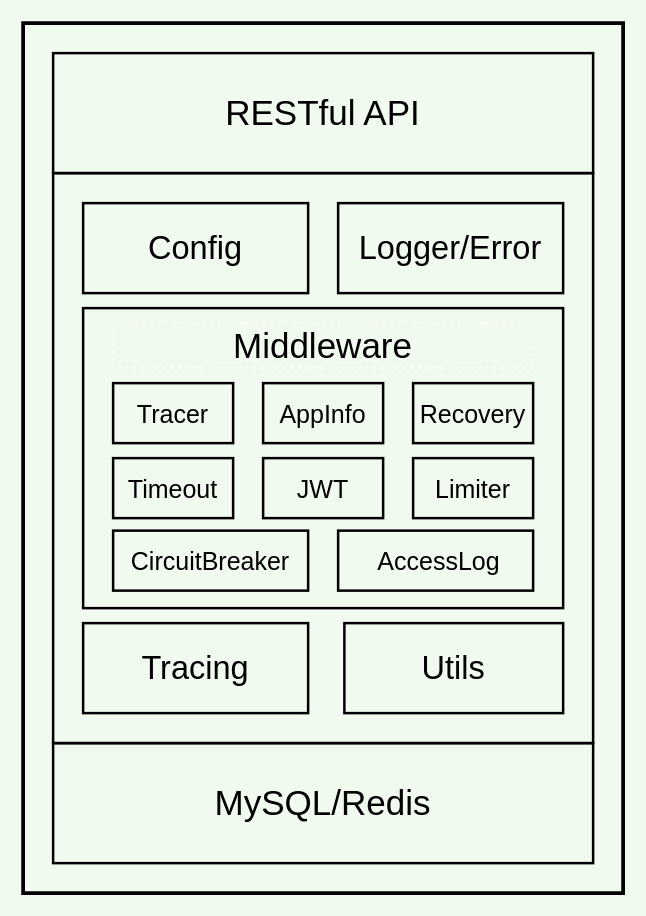
Above: docs/drawio/blogie.drawio in i0Ek3/blogie (draw.io), before the change. Source tidied: cells renumbered, new cells numbered last; positions are measured from the earlier drawing's top-left corner, leaving out a move shared by most shapes. Both pictures are drawn from the tidied source at 125%, with x=0, y=0 at pixel (22, 22).
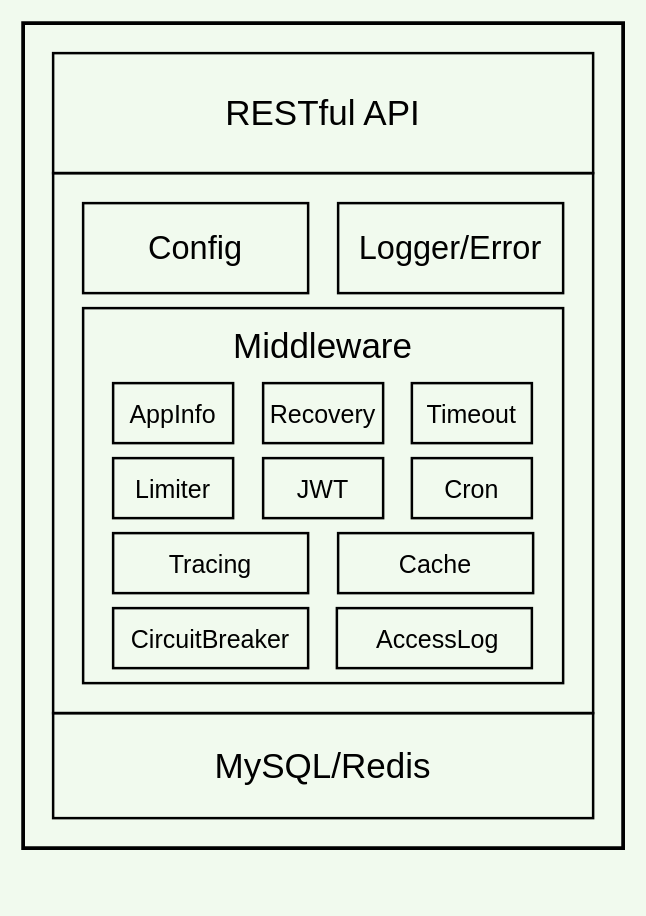
The same page after the edit.

Commit message (it also covers changes not shown here):
doc: update architecture graph

Change to the diagram source:
```diff
@@
 <mxGraphModel background="#F1FAEE">
   <root>
     <mxCell id="0" />
     <mxCell id="1" parent="0" />
     <mxCell id="2" style="rounded=0;whiteSpace=wrap;html=1;fillColor=none;strokeWidth=3;" parent="1" vertex="1">
-      <mxGeometry width="480" height="696" as="geometry" />
+      <mxGeometry width="480" height="660" as="geometry" />
     </mxCell>
     <mxCell id="3" value="&lt;font face=&quot;IBM Plex&quot; style=&quot;font-size: 28px;&quot;&gt;RESTful API&lt;/font&gt;" style="rounded=0;whiteSpace=wrap;html=1;fillColor=none;strokeWidth=2;" parent="1" vertex="1">
       <mxGeometry x="24" y="24" width="432" height="96" as="geometry" />
     </mxCell>
     <mxCell id="4" style="rounded=0;whiteSpace=wrap;html=1;fillColor=none;strokeWidth=2;" parent="1" vertex="1">
-      <mxGeometry x="24" y="120" width="432" height="456" as="geometry" />
+      <mxGeometry x="24" y="120" width="432" height="432" as="geometry" />
     </mxCell>
     <mxCell id="5" value="&lt;span style=&quot;font-family: &amp;quot;IBM Plex&amp;quot;; font-size: 28px;&quot;&gt;MySQL/Redis&lt;/span&gt;" style="rounded=0;whiteSpace=wrap;html=1;fillColor=none;strokeWidth=2;" parent="1" vertex="1">
-      <mxGeometry x="24" y="576" width="432" height="96" as="geometry" />
+      <mxGeometry x="24" y="552" width="432" height="84" as="geometry" />
     </mxCell>
     <mxCell id="6" value="&lt;span style=&quot;font-family: &amp;quot;IBM Plex&amp;quot;;&quot;&gt;&lt;font style=&quot;font-size: 26px;&quot;&gt;Config&lt;/font&gt;&lt;/span&gt;" style="rounded=0;whiteSpace=wrap;html=1;fillColor=none;strokeWidth=2;" parent="1" vertex="1">
       <mxGeometry x="48" y="144" width="180" height="72" as="geometry" />
     </mxCell>
     <mxCell id="7" value="&lt;span style=&quot;font-family: &amp;quot;IBM Plex&amp;quot;;&quot;&gt;&lt;font style=&quot;font-size: 26px;&quot;&gt;Logger/Error&lt;/font&gt;&lt;/span&gt;" style="rounded=0;whiteSpace=wrap;html=1;fillColor=none;strokeWidth=2;" parent="1" vertex="1">
       <mxGeometry x="252" y="144" width="180" height="72" as="geometry" />
     </mxCell>
     <mxCell id="8" style="rounded=0;whiteSpace=wrap;html=1;fillColor=none;strokeWidth=2;" parent="1" vertex="1">
-      <mxGeometry x="48" y="228" width="384" height="240" as="geometry" />
+      <mxGeometry x="48" y="228" width="384" height="300" as="geometry" />
     </mxCell>
-    <mxCell id="9" value="&lt;span style=&quot;font-family: &amp;quot;IBM Plex&amp;quot;;&quot;&gt;&lt;font style=&quot;font-size: 26px;&quot;&gt;Tracing&lt;/font&gt;&lt;/span&gt;" style="rounded=0;whiteSpace=wrap;html=1;fillColor=none;strokeWidth=2;" parent="1" vertex="1">
-      <mxGeometry x="48" y="480" width="180" height="72" as="geometry" />
-    </mxCell>
-    <mxCell id="10" value="&lt;font style=&quot;font-size: 26px;&quot; face=&quot;IBM Plex&quot;&gt;Utils&lt;/font&gt;" style="rounded=0;whiteSpace=wrap;html=1;fillColor=none;strokeWidth=2;" parent="1" vertex="1">
-      <mxGeometry x="257" y="480" width="175" height="72" as="geometry" />
-    </mxCell>
-    <mxCell id="11" value="&lt;span style=&quot;font-family: &amp;quot;IBM Plex&amp;quot;; font-size: 20px;&quot;&gt;Tracer&lt;/span&gt;" style="rounded=0;whiteSpace=wrap;html=1;fillColor=none;strokeWidth=2;" parent="1" vertex="1">
-      <mxGeometry x="72" y="288" width="96" height="48" as="geometry" />
-    </mxCell>
     <mxCell id="12" value="&lt;span style=&quot;font-family: &amp;quot;IBM Plex&amp;quot;;&quot;&gt;&lt;font style=&quot;font-size: 20px;&quot;&gt;Timeout&lt;/font&gt;&lt;/span&gt;" style="rounded=0;whiteSpace=wrap;html=1;fillColor=none;strokeWidth=2;" parent="1" vertex="1">
-      <mxGeometry x="72" y="348" width="96" height="48" as="geometry" />
+      <mxGeometry x="311" y="288" width="96" height="48" as="geometry" />
     </mxCell>
     <mxCell id="13" value="&lt;span style=&quot;font-family: &amp;quot;IBM Plex&amp;quot;;&quot;&gt;&lt;font style=&quot;font-size: 20px;&quot;&gt;AppInfo&lt;/font&gt;&lt;/span&gt;" style="rounded=0;whiteSpace=wrap;html=1;fillColor=none;strokeWidth=2;" parent="1" vertex="1">
-      <mxGeometry x="192" y="288" width="96" height="48" as="geometry" />
+      <mxGeometry x="72" y="288" width="96" height="48" as="geometry" />
     </mxCell>
     <mxCell id="14" value="&lt;span style=&quot;font-family: &amp;quot;IBM Plex&amp;quot;;&quot;&gt;&lt;font style=&quot;font-size: 20px;&quot;&gt;JWT&lt;/font&gt;&lt;/span&gt;" style="rounded=0;whiteSpace=wrap;html=1;fillColor=none;strokeWidth=2;" parent="1" vertex="1">
       <mxGeometry x="192" y="348" width="96" height="48" as="geometry" />
     </mxCell>
     <mxCell id="15" value="&lt;font style=&quot;font-size: 20px;&quot; face=&quot;IBM Plex&quot;&gt;Recovery&lt;/font&gt;" style="rounded=0;whiteSpace=wrap;html=1;fillColor=none;strokeWidth=2;" parent="1" vertex="1">
-      <mxGeometry x="312" y="288" width="96" height="48" as="geometry" />
+      <mxGeometry x="192" y="288" width="96" height="48" as="geometry" />
     </mxCell>
     <mxCell id="16" value="&lt;span style=&quot;font-family: &amp;quot;IBM Plex&amp;quot;;&quot;&gt;&lt;font style=&quot;font-size: 20px;&quot;&gt;Limiter&lt;/font&gt;&lt;/span&gt;" style="rounded=0;whiteSpace=wrap;html=1;fillColor=none;strokeWidth=2;" parent="1" vertex="1">
-      <mxGeometry x="312" y="348" width="96" height="48" as="geometry" />
+      <mxGeometry x="72" y="348" width="96" height="48" as="geometry" />
     </mxCell>
-    <mxCell id="17" value="&lt;span style=&quot;font-family: &amp;quot;IBM Plex&amp;quot;; font-size: 28px;&quot;&gt;Middleware&lt;/span&gt;" style="rounded=0;whiteSpace=wrap;html=1;fillColor=none;strokeWidth=2;dashed=1;dashPattern=1 2;strokeColor=#FFFFFF;" parent="1" vertex="1">
+    <mxCell id="17" value="&lt;span style=&quot;font-family: &amp;quot;IBM Plex&amp;quot;; font-size: 28px;&quot;&gt;Middleware&lt;/span&gt;" style="rounded=0;whiteSpace=wrap;html=1;fillColor=none;strokeWidth=2;dashed=1;dashPattern=1 2;strokeColor=none;" parent="1" vertex="1">
       <mxGeometry x="72" y="240" width="336" height="36" as="geometry" />
     </mxCell>
     <mxCell id="18" value="&lt;span style=&quot;font-family: &amp;quot;IBM Plex&amp;quot;;&quot;&gt;&lt;font style=&quot;font-size: 20px;&quot;&gt;CircuitBreaker&lt;/font&gt;&lt;/span&gt;" style="rounded=0;whiteSpace=wrap;html=1;fillColor=none;strokeWidth=2;" parent="1" vertex="1">
-      <mxGeometry x="72" y="406" width="156" height="48" as="geometry" />
+      <mxGeometry x="72" y="468" width="156" height="48" as="geometry" />
     </mxCell>
     <mxCell id="19" value="&lt;span style=&quot;font-family: &amp;quot;IBM Plex&amp;quot;; font-size: 20px;&quot;&gt;&amp;nbsp;&lt;/span&gt;&lt;span style=&quot;font-family: &amp;quot;IBM Plex&amp;quot;;&quot;&gt;&lt;font style=&quot;font-size: 20px;&quot;&gt;AccessLog&lt;/font&gt;&lt;/span&gt;" style="rounded=0;whiteSpace=wrap;html=1;fillColor=none;strokeWidth=2;" parent="1" vertex="1">
-      <mxGeometry x="252" y="406" width="156" height="48" as="geometry" />
+      <mxGeometry x="251" y="468" width="156" height="48" as="geometry" />
     </mxCell>
+    <mxCell id="20" value="&lt;span style=&quot;font-family: &amp;quot;IBM Plex&amp;quot;;&quot;&gt;&lt;font style=&quot;font-size: 20px;&quot;&gt;Cron&lt;/font&gt;&lt;/span&gt;" style="rounded=0;whiteSpace=wrap;html=1;fillColor=none;strokeWidth=2;" parent="1" vertex="1">
+      <mxGeometry x="311" y="348" width="96" height="48" as="geometry" />
+    </mxCell>
+    <mxCell id="9" value="&lt;span style=&quot;font-family: &amp;quot;IBM Plex&amp;quot;;&quot;&gt;&lt;font style=&quot;font-size: 20px;&quot;&gt;Tracing&lt;/font&gt;&lt;/span&gt;" style="rounded=0;whiteSpace=wrap;html=1;fillColor=none;strokeWidth=2;" parent="1" vertex="1">
+      <mxGeometry x="72" y="408" width="156" height="48" as="geometry" />
+    </mxCell>
+    <mxCell id="21" value="&lt;span style=&quot;font-family: &amp;quot;IBM Plex&amp;quot;;&quot;&gt;&lt;font style=&quot;font-size: 20px;&quot;&gt;Cache&lt;/font&gt;&lt;/span&gt;" style="rounded=0;whiteSpace=wrap;html=1;fillColor=none;strokeWidth=2;" parent="1" vertex="1">
+      <mxGeometry x="252" y="408" width="156" height="48" as="geometry" />
+    </mxCell>
   </root>
 </mxGraphModel>
```
